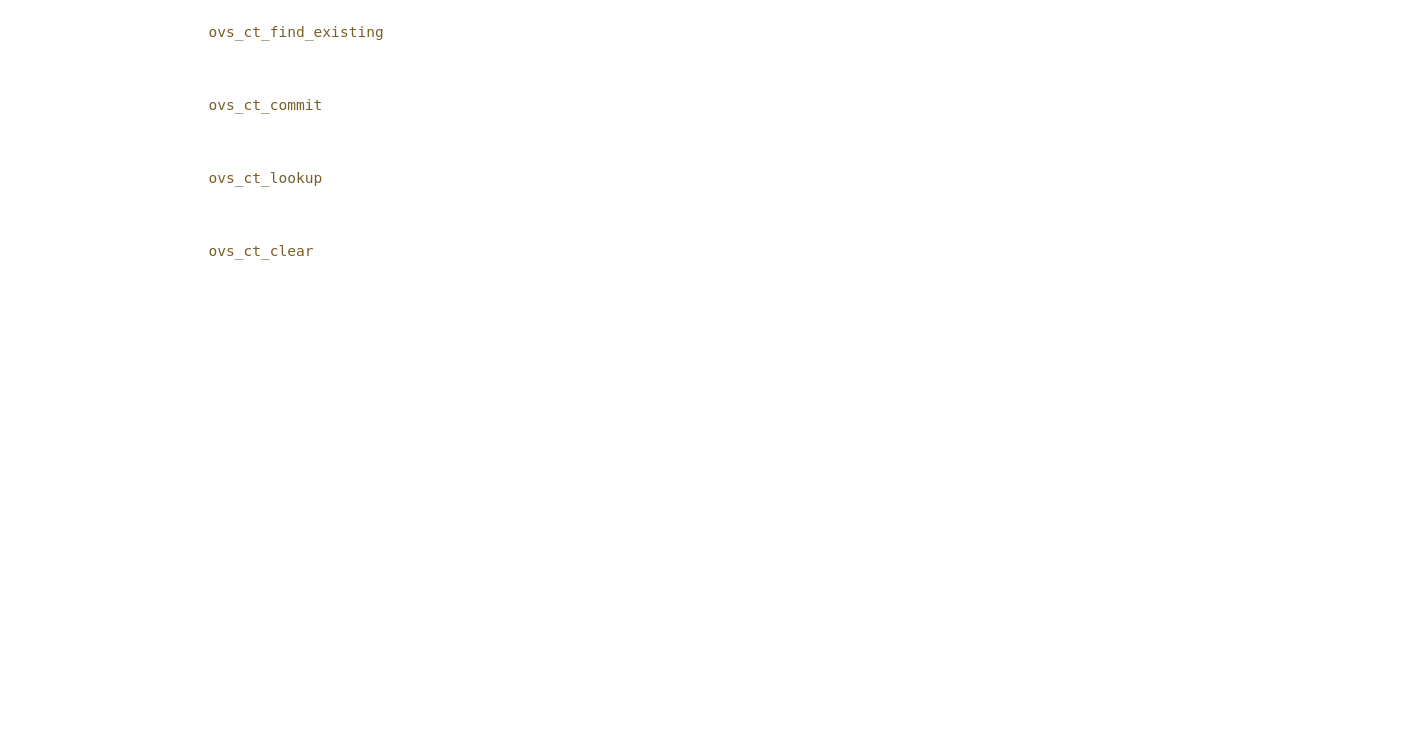
enzoyes/desginsindraw keeps this draw.io diagram as page "ct与ovs ct" (2 of 4) of linux内核网络分析.drawio. Above is the earlier version. Source tidied: cells renumbered, new cells numbered last; positions are measured from the earlier drawing's top-left corner, leaving out a move shared by most shapes. Both pictures are drawn from the tidied source at 91%, with x=0, y=0 at pixel (207, 15).
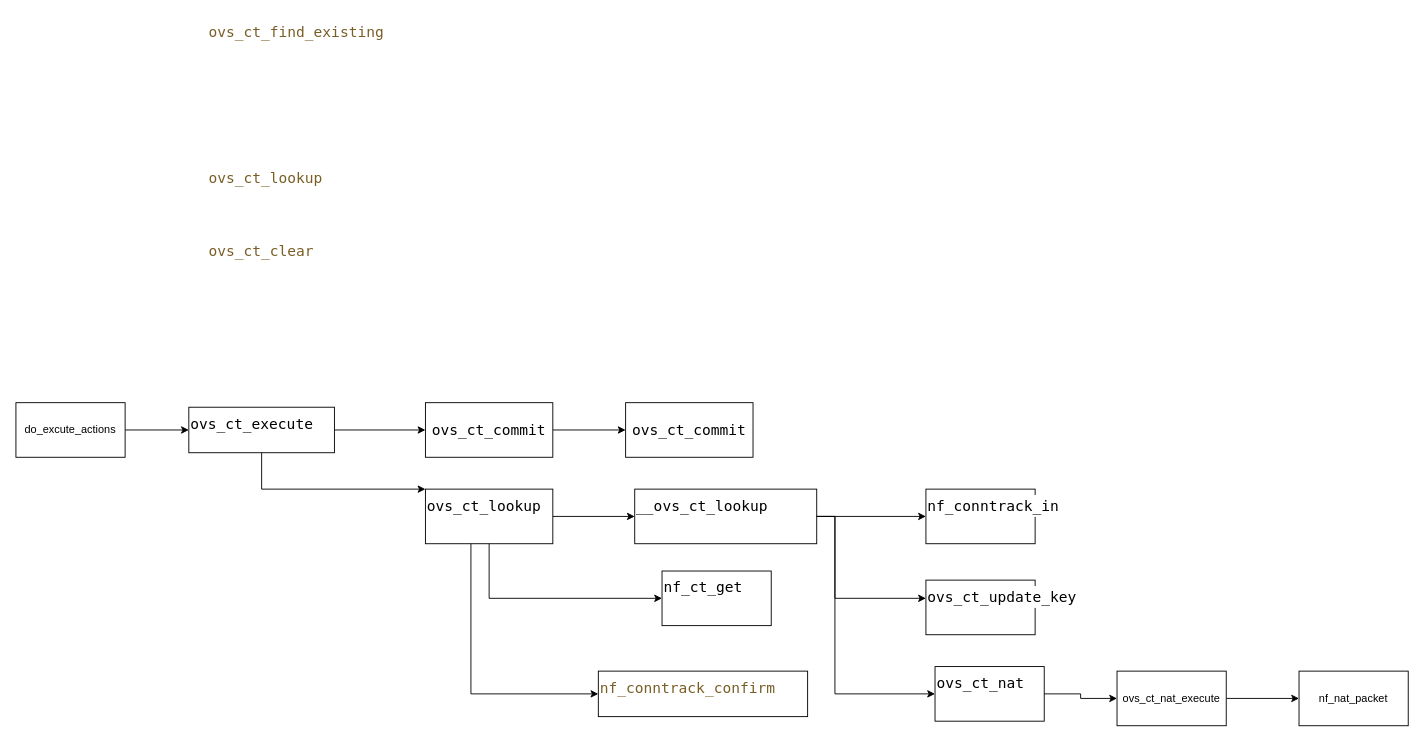
The same diagram, later.

Commit message (it also covers changes not shown here):
更新linux内核网络分析.drawio

What changed in the source:
```diff
@@
+    <mxCell id="6" style="edgeStyle=orthogonalEdgeStyle;rounded=0;jettySize=auto;html=1;" parent="1" edge="1" source="3" target="12">
+      <mxGeometry relative="1" as="geometry" />
+    </mxCell>
+    <mxCell id="7" style="edgeStyle=orthogonalEdgeStyle;rounded=0;jettySize=auto;html=1;" parent="1" edge="1" source="3" target="17">
+      <mxGeometry relative="1" as="geometry">
+        <Array as="points">
+          <mxPoint x="60" y="520" />
+        </Array>
+      </mxGeometry>
+    </mxCell>
-    <mxCell id="3" value="&lt;div style=&quot;color: rgb(0, 0, 0); background-color: rgb(255, 255, 255); font-family: Menlo, Monaco, &amp;quot;Courier New&amp;quot;, monospace; font-weight: normal; font-size: 16px; line-height: 24px;&quot;&gt;&lt;div&gt;&lt;span style=&quot;color: #795e26;&quot;&gt;ovs_ct_commit&lt;/span&gt;&lt;/div&gt;&lt;/div&gt;" style="text;whiteSpace=wrap;html=1;" parent="1" vertex="1">
-      <mxGeometry y="80" width="160" height="50" as="geometry" />
+    <mxCell id="3" value="&lt;div style=&quot;color: rgb(0, 0, 0); background-color: rgb(255, 255, 255); font-family: Menlo, Monaco, &amp;quot;Courier New&amp;quot;, monospace; font-weight: normal; font-size: 16px; line-height: 24px;&quot;&gt;ovs_ct_execute&lt;br&gt;&lt;/div&gt;" style="text;whiteSpace=wrap;html=1;strokeColor=default;" parent="1" vertex="1">
+      <mxGeometry x="-20" y="430" width="160" height="50" as="geometry" />
     </mxCell>
@@
+    <mxCell id="8" style="edgeStyle=orthogonalEdgeStyle;rounded=0;jettySize=auto;html=1;" parent="1" edge="1" source="9" target="10">
+      <mxGeometry relative="1" as="geometry" />
+    </mxCell>
+    <mxCell id="9" value="ovs_ct_nat_execute" style="whiteSpace=wrap;html=1;rounded=0;" parent="1" vertex="1">
+      <mxGeometry x="1000" y="720" width="120" height="60" as="geometry" />
+    </mxCell>
+    <mxCell id="10" value="nf_nat_packet" style="whiteSpace=wrap;html=1;rounded=0;" parent="1" vertex="1">
+      <mxGeometry x="1200" y="720" width="120" height="60" as="geometry" />
+    </mxCell>
+    <mxCell id="11" style="edgeStyle=orthogonalEdgeStyle;rounded=0;jettySize=auto;html=1;" parent="1" edge="1" source="12" target="13">
+      <mxGeometry relative="1" as="geometry" />
+    </mxCell>
+    <mxCell id="12" value="&lt;div style=&quot;background-color: rgb(255, 255, 255); font-family: Menlo, Monaco, &amp;quot;Courier New&amp;quot;, monospace; font-size: 16px; line-height: 24px;&quot;&gt;ovs_ct_commit&lt;/div&gt;" style="whiteSpace=wrap;html=1;" parent="1" vertex="1">
+      <mxGeometry x="240" y="425" width="140" height="60" as="geometry" />
+    </mxCell>
+    <mxCell id="13" value="&lt;div style=&quot;background-color: rgb(255, 255, 255); font-family: Menlo, Monaco, &amp;quot;Courier New&amp;quot;, monospace; font-size: 16px; line-height: 24px;&quot;&gt;ovs_ct_commit&lt;/div&gt;" style="whiteSpace=wrap;html=1;" parent="1" vertex="1">
+      <mxGeometry x="460" y="425" width="140" height="60" as="geometry" />
+    </mxCell>
+    <mxCell id="14" style="edgeStyle=orthogonalEdgeStyle;rounded=0;jettySize=auto;html=1;" parent="1" edge="1" source="17" target="23">
+      <mxGeometry relative="1" as="geometry" />
+    </mxCell>
+    <mxCell id="15" style="edgeStyle=orthogonalEdgeStyle;rounded=0;jettySize=auto;html=1;" parent="1" edge="1" source="17" target="24">
+      <mxGeometry relative="1" as="geometry">
+        <Array as="points">
+          <mxPoint x="310" y="640" />
+        </Array>
+      </mxGeometry>
+    </mxCell>
+    <mxCell id="16" style="edgeStyle=orthogonalEdgeStyle;rounded=0;jettySize=auto;html=1;entryX=0;entryY=0.5;entryDx=0;entryDy=0;" parent="1" edge="1" source="17" target="25">
+      <mxGeometry relative="1" as="geometry">
+        <Array as="points">
+          <mxPoint x="290" y="745" />
+        </Array>
+      </mxGeometry>
+    </mxCell>
+    <mxCell id="17" value="&lt;div style=&quot;background-color: rgb(255, 255, 255); font-family: Menlo, Monaco, &amp;quot;Courier New&amp;quot;, monospace; font-size: 16px; line-height: 24px;&quot;&gt;ovs_ct_lookup&lt;/div&gt;" style="whiteSpace=wrap;html=1;align=left;verticalAlign=top;fillColor=none;gradientColor=none;" parent="1" vertex="1">
+      <mxGeometry x="240" y="520" width="140" height="60" as="geometry" />
+    </mxCell>
+    <mxCell id="18" style="edgeStyle=orthogonalEdgeStyle;rounded=0;jettySize=auto;html=1;" parent="1" edge="1" source="19" target="3">
+      <mxGeometry relative="1" as="geometry" />
+    </mxCell>
+    <mxCell id="19" value="do_excute_actions" style="rounded=0;whiteSpace=wrap;html=1;" parent="1" vertex="1">
+      <mxGeometry x="-210" y="425" width="120" height="60" as="geometry" />
+    </mxCell>
+    <mxCell id="20" style="edgeStyle=orthogonalEdgeStyle;rounded=0;jettySize=auto;html=1;" parent="1" edge="1" source="23" target="26">
+      <mxGeometry relative="1" as="geometry" />
+    </mxCell>
+    <mxCell id="21" style="edgeStyle=orthogonalEdgeStyle;rounded=0;jettySize=auto;html=1;" parent="1" edge="1" source="23" target="27">
+      <mxGeometry relative="1" as="geometry">
+        <Array as="points">
+          <mxPoint x="690" y="550" />
+          <mxPoint x="690" y="640" />
+        </Array>
+      </mxGeometry>
+    </mxCell>
+    <mxCell id="22" style="edgeStyle=orthogonalEdgeStyle;rounded=0;jettySize=auto;html=1;" parent="1" edge="1" source="23" target="29">
+      <mxGeometry relative="1" as="geometry">
+        <Array as="points">
+          <mxPoint x="690" y="550" />
+          <mxPoint x="690" y="745" />
+        </Array>
+      </mxGeometry>
+    </mxCell>
+    <mxCell id="23" value="&lt;div style=&quot;background-color: rgb(255, 255, 255); font-family: Menlo, Monaco, &amp;quot;Courier New&amp;quot;, monospace; font-size: 16px; line-height: 24px;&quot;&gt;__ovs_ct_lookup&lt;/div&gt;" style="whiteSpace=wrap;html=1;align=left;verticalAlign=top;fillColor=none;gradientColor=none;" parent="1" vertex="1">
+      <mxGeometry x="470" y="520" width="200" height="60" as="geometry" />
+    </mxCell>
+    <mxCell id="24" value="&lt;div style=&quot;background-color: rgb(255, 255, 255); font-family: Menlo, Monaco, &amp;quot;Courier New&amp;quot;, monospace; font-size: 16px; line-height: 24px;&quot;&gt;nf_ct_get&lt;/div&gt;" style="whiteSpace=wrap;html=1;align=left;verticalAlign=top;fillColor=none;gradientColor=none;" parent="1" vertex="1">
+      <mxGeometry x="500" y="610" width="120" height="60" as="geometry" />
+    </mxCell>
+    <mxCell id="25" value="&lt;div style=&quot;color: rgb(0, 0, 0); background-color: rgb(255, 255, 255); font-family: Menlo, Monaco, &amp;quot;Courier New&amp;quot;, monospace; font-weight: normal; font-size: 16px; line-height: 24px;&quot;&gt;&lt;div&gt;&lt;span style=&quot;color: #795e26;&quot;&gt;nf_conntrack_confirm&lt;/span&gt;&lt;/div&gt;&lt;/div&gt;" style="text;whiteSpace=wrap;html=1;strokeColor=default;" parent="1" vertex="1">
+      <mxGeometry x="430" y="720" width="230" height="50" as="geometry" />
+    </mxCell>
+    <mxCell id="26" value="&lt;div style=&quot;background-color: rgb(255, 255, 255); font-family: Menlo, Monaco, &amp;quot;Courier New&amp;quot;, monospace; font-size: 16px; line-height: 24px;&quot;&gt;nf_conntrack_in&lt;/div&gt;" style="whiteSpace=wrap;html=1;align=left;verticalAlign=top;fillColor=none;gradientColor=none;" parent="1" vertex="1">
+      <mxGeometry x="790" y="520" width="120" height="60" as="geometry" />
+    </mxCell>
+    <mxCell id="27" value="&lt;div style=&quot;background-color: rgb(255, 255, 255); font-family: Menlo, Monaco, &amp;quot;Courier New&amp;quot;, monospace; font-size: 16px; line-height: 24px;&quot;&gt;ovs_ct_update_key&lt;/div&gt;" style="whiteSpace=wrap;html=1;align=left;verticalAlign=top;fillColor=none;gradientColor=none;" parent="1" vertex="1">
+      <mxGeometry x="790" y="620" width="120" height="60" as="geometry" />
+    </mxCell>
+    <mxCell id="28" style="edgeStyle=orthogonalEdgeStyle;rounded=0;jettySize=auto;html=1;" parent="1" edge="1" source="29" target="9">
+      <mxGeometry relative="1" as="geometry" />
+    </mxCell>
+    <mxCell id="29" value="&lt;div style=&quot;background-color: rgb(255, 255, 255); font-family: Menlo, Monaco, &amp;quot;Courier New&amp;quot;, monospace; font-size: 16px; line-height: 24px;&quot;&gt;ovs_ct_nat&lt;/div&gt;" style="whiteSpace=wrap;html=1;align=left;verticalAlign=top;fillColor=none;gradientColor=none;" parent="1" vertex="1">
+      <mxGeometry x="800" y="715" width="120" height="60" as="geometry" />
+    </mxCell>
```
